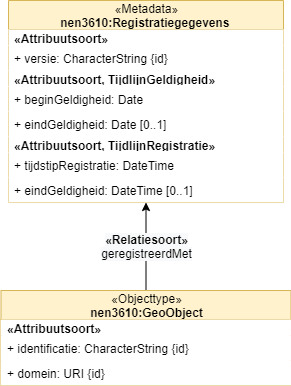
Geonovum/disgeo-demo-3a keeps this draw.io diagram as media/nen3610-registratiegegevens.drawio.png. Above is the earlier version. Source tidied: cells renumbered, new cells last; positions are measured from the earlier drawing's top-left corner, leaving out a move shared by most shapes. Its diagram source:
```xml
<mxGraphModel>
  <root>
    <mxCell id="0" />
    <mxCell id="1" parent="0" />
    <mxCell id="2" value="&lt;span style=&quot;font-size: 12px ; background-color: rgb(248 , 249 , 250)&quot;&gt;&lt;b&gt;«Relatiesoort»&lt;br&gt;&lt;/b&gt;&lt;/span&gt;&lt;span style=&quot;font-size: 12px ; background-color: rgb(248 , 249 , 250)&quot;&gt;geregistreerdMet&lt;/span&gt;" style="rounded=0;jettySize=auto;html=1;" parent="1" edge="1" source="3" target="7">
      <mxGeometry relative="1" as="geometry" />
    </mxCell>
    <mxCell id="3" value="&lt;span style=&quot;font-weight: 400&quot;&gt;«Objecttype»&lt;/span&gt;&lt;br style=&quot;font-weight: 400&quot;&gt;nen3610:GeoObject" style="swimlane;fontStyle=1;align=center;verticalAlign=middle;horizontal=1;startSize=29;html=1;fillColor=#fff2cc;strokeColor=#d6b656;" parent="1" vertex="1">
      <mxGeometry x="0.5" y="290" width="290" height="95" as="geometry" />
    </mxCell>
    <mxCell id="4" value="&lt;span style=&quot;text-align: center&quot;&gt;&lt;b&gt;«Attribuutsoort»&lt;/b&gt;&lt;/span&gt;" style="text;html=1;align=left;verticalAlign=middle;spacingLeft=4;spacingRight=4;overflow=hidden;fillColor=#ffffff;" parent="3" vertex="1">
      <mxGeometry y="29" width="290" height="16" as="geometry" />
    </mxCell>
    <mxCell id="5" value="+ identificatie: CharacterString {id}" style="text;html=1;align=left;verticalAlign=middle;spacingLeft=4;spacingRight=4;overflow=hidden;fillColor=#ffffff;" parent="3" vertex="1">
      <mxGeometry y="45" width="290" height="25" as="geometry" />
    </mxCell>
    <mxCell id="6" value="+ domein: URI {id}" style="text;html=1;align=left;verticalAlign=middle;spacingLeft=4;spacingRight=4;overflow=hidden;fillColor=#ffffff;" parent="3" vertex="1">
      <mxGeometry y="70" width="290" height="25" as="geometry" />
    </mxCell>
    <mxCell id="7" value="&lt;span style=&quot;font-weight: 400&quot;&gt;«Metadata»&lt;/span&gt;&lt;br style=&quot;font-weight: 400&quot;&gt;nen3610:Registratiegegevens&amp;nbsp;" style="swimlane;fontStyle=1;align=center;verticalAlign=middle;horizontal=1;startSize=29;html=1;fillColor=#fff2cc;strokeColor=#d6b656;" parent="1" vertex="1">
      <mxGeometry x="8" width="275" height="202" as="geometry" />
    </mxCell>
    <mxCell id="8" value="&lt;span style=&quot;text-align: center&quot;&gt;&lt;b&gt;«Attribuutsoort»&lt;/b&gt;&lt;/span&gt;" style="text;html=1;align=left;verticalAlign=middle;spacingLeft=4;spacingRight=4;overflow=hidden;fillColor=#ffffff;" parent="7" vertex="1">
      <mxGeometry y="29" width="275" height="16" as="geometry" />
    </mxCell>
    <mxCell id="9" value="+ versie: CharacterString {id}" style="text;html=1;align=left;verticalAlign=middle;spacingLeft=4;spacingRight=4;overflow=hidden;fillColor=#ffffff;" parent="7" vertex="1">
      <mxGeometry y="45" width="275" height="25" as="geometry" />
    </mxCell>
    <mxCell id="10" value="&lt;span style=&quot;text-align: center&quot;&gt;&lt;b&gt;«Attribuutsoort, TijdlijnGeldigheid»&lt;/b&gt;&lt;/span&gt;" style="text;html=1;align=left;verticalAlign=middle;spacingLeft=4;spacingRight=4;overflow=hidden;fillColor=#ffffff;" parent="7" vertex="1">
      <mxGeometry y="70" width="275" height="16" as="geometry" />
    </mxCell>
    <mxCell id="11" value="+ beginGeldigheid: Date" style="text;html=1;align=left;verticalAlign=middle;spacingLeft=4;spacingRight=4;overflow=hidden;fillColor=#ffffff;" parent="7" vertex="1">
      <mxGeometry y="86" width="275" height="25" as="geometry" />
    </mxCell>
    <mxCell id="12" value="+ eindGeldigheid: Date [0..1]" style="text;html=1;align=left;verticalAlign=middle;spacingLeft=4;spacingRight=4;overflow=hidden;fillColor=#ffffff;" parent="7" vertex="1">
      <mxGeometry y="111" width="275" height="25" as="geometry" />
    </mxCell>
    <mxCell id="13" value="&lt;span style=&quot;text-align: center&quot;&gt;&lt;b&gt;«Attribuutsoort, TijdlijnRegistratie»&lt;/b&gt;&lt;/span&gt;" style="text;html=1;align=left;verticalAlign=middle;spacingLeft=4;spacingRight=4;overflow=hidden;fillColor=#ffffff;" parent="7" vertex="1">
      <mxGeometry y="136" width="275" height="16" as="geometry" />
    </mxCell>
    <mxCell id="14" value="+ tijdstipRegistratie: DateTime" style="text;html=1;align=left;verticalAlign=middle;spacingLeft=4;spacingRight=4;overflow=hidden;fillColor=#ffffff;" parent="7" vertex="1">
      <mxGeometry y="152" width="275" height="25" as="geometry" />
    </mxCell>
    <mxCell id="15" value="+ eindGeldigheid: DateTime [0..1]" style="text;html=1;align=left;verticalAlign=middle;spacingLeft=4;spacingRight=4;overflow=hidden;fillColor=#ffffff;" parent="7" vertex="1">
      <mxGeometry y="177" width="275" height="25" as="geometry" />
    </mxCell>
  </root>
</mxGraphModel>
```
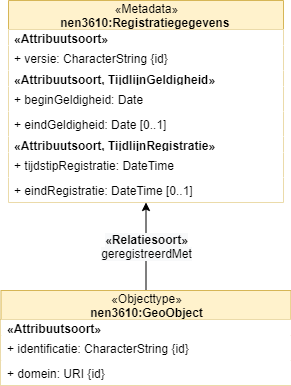
Later version of the same file.

Diff of the diagram source:
```diff
@@ -41,7 +41,7 @@
     <mxCell id="14" value="+ tijdstipRegistratie: DateTime" style="text;html=1;align=left;verticalAlign=middle;spacingLeft=4;spacingRight=4;overflow=hidden;fillColor=#ffffff;" parent="7" vertex="1">
       <mxGeometry y="152" width="275" height="25" as="geometry" />
     </mxCell>
-    <mxCell id="15" value="+ eindGeldigheid: DateTime [0..1]" style="text;html=1;align=left;verticalAlign=middle;spacingLeft=4;spacingRight=4;overflow=hidden;fillColor=#ffffff;" parent="7" vertex="1">
+    <mxCell id="15" value="+ eindRegistratie: DateTime [0..1]" style="text;html=1;align=left;verticalAlign=middle;spacingLeft=4;spacingRight=4;overflow=hidden;fillColor=#ffffff;" parent="7" vertex="1">
       <mxGeometry y="177" width="275" height="25" as="geometry" />
     </mxCell>
   </root>
```
